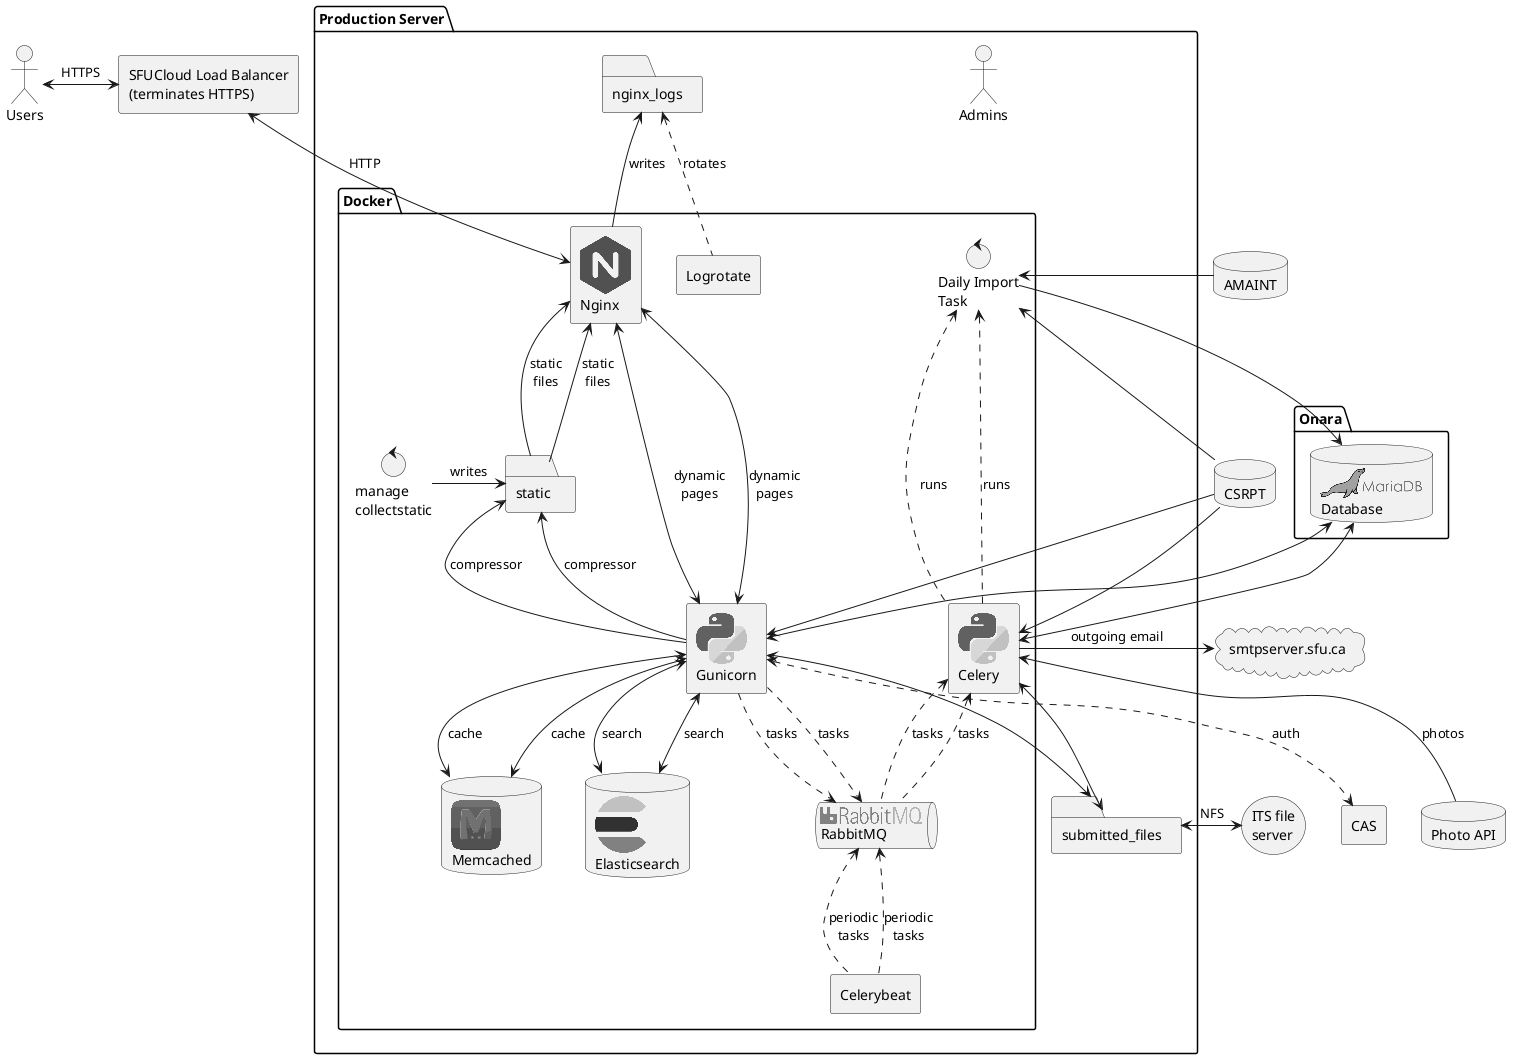
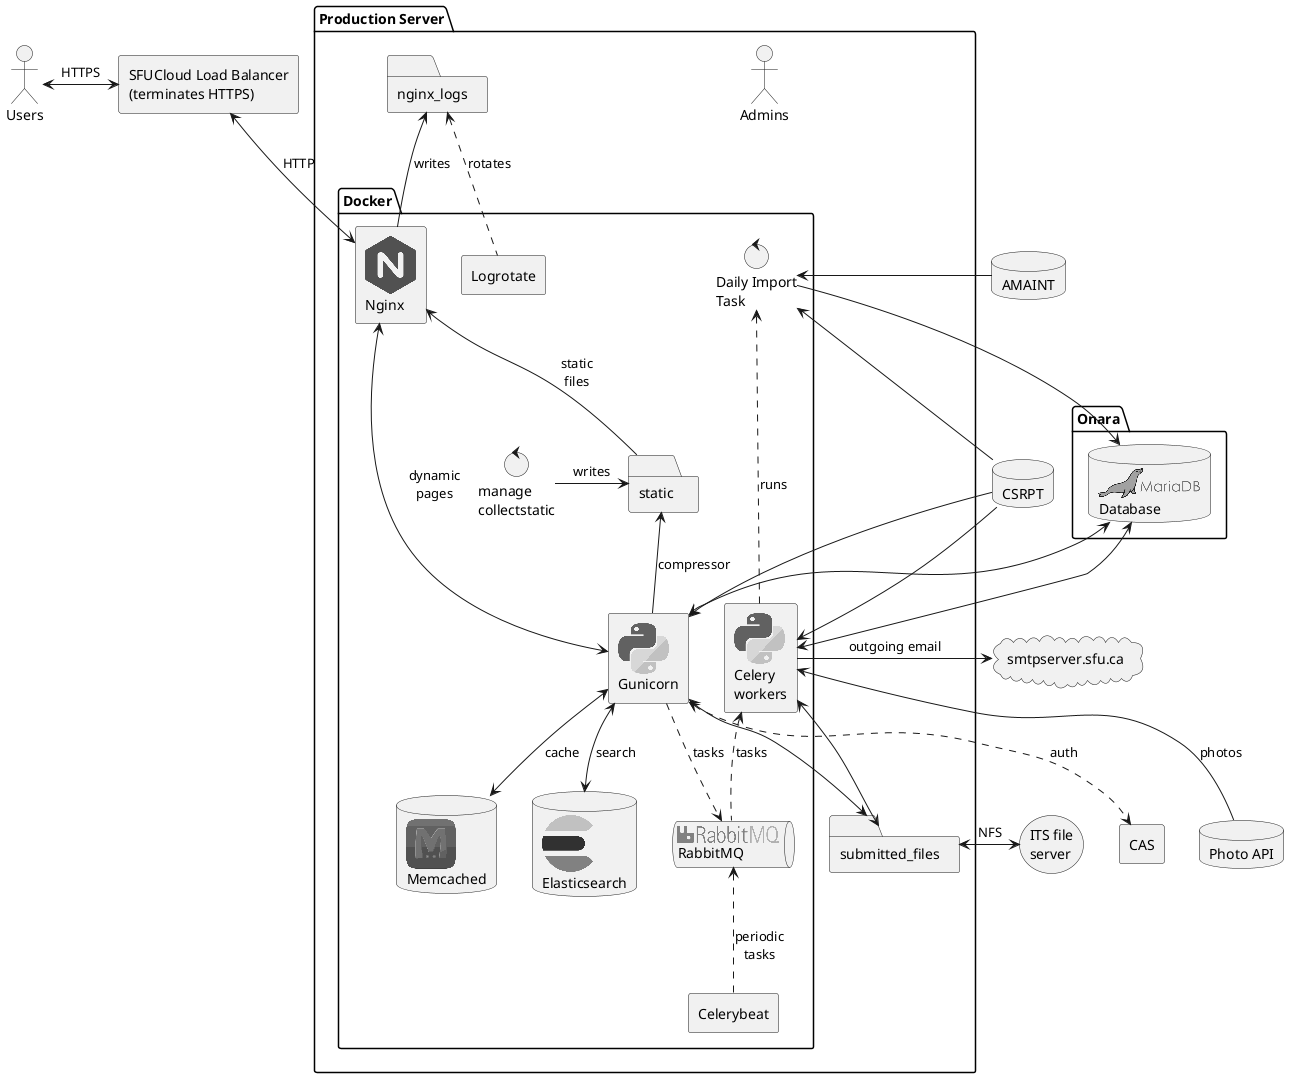
' To generate diagram:
' sudo apt install plantuml
' plantuml arch.puml

' https://github.com/plantuml/plantuml-stdlib/tree/master/stdlib/logos

@startuml

!include <logos/nginx>
!include <logos/gunicorn>
!include <logos/django>
!include <logos/rabbitmq>
!include <logos/ruby>
!include <logos/python>
!include <logos/rabbitmq>
!include <logos/memcached>
!include <logos/elasticsearch>
!include <logos/mariadb>

actor Users as users

agent "SFUCloud Load Balancer\n(terminates HTTPS)" as lb

users <-> lb : HTTPS

package "Production Server" {
    actor Admins
    package "Docker" {
        folder "static" as static
        control "Daily Import\nTask" as import

        agent "<$python>\nCelery\nworkers" as celery
        agent "Celerybeat" as celerybeat
        agent "<$nginx>\nNginx" as nginx
        agent "<$python>\nGunicorn" as gunicorn

        queue "<$rabbitmq>\nRabbitMQ" as rabbitmq
        database "<$memcached>\nMemcached" as memcached
        database "<$elasticsearch>\nElasticsearch" as elasticsearch
        agent "Logrotate" as logrotate

        static <-- gunicorn  : "compressor"
        'gunicorn --> static : "compressor"
        nginx <-- static : "static\nfiles"
        nginx <---> gunicorn : "dynamic\npages"

        gunicorn ..> rabbitmq : tasks
        celery <.. rabbitmq : tasks
        gunicorn <--> memcached : cache
        gunicorn <--> elasticsearch : search
        rabbitmq <.. celerybeat : periodic\ntasks
        import <... celery : runs

        control "manage\ncollectstatic" as collectstatic
    }

    folder "nginx_logs" as nginx_logs
    nginx_logs <-- nginx : writes
    nginx_logs <.. logrotate : rotates

    folder "submitted_files" as files
    gunicorn <--> files
    celery <--> files

}

package "Onara" {
    database "<$mariadb>\nDatabase" as db
}

- package "Docker" {
-     folder "static" as static
-     control "Daily Import\nTask" as import
- 
-     agent "<$python>\nCelery" as celery
-     agent "Celerybeat" as celerybeat
-     agent "<$nginx>\nNginx" as nginx
-     agent "<$python>\nGunicorn" as gunicorn
- 
-     queue "<$rabbitmq>\nRabbitMQ" as rabbitmq
-     database "<$memcached>\nMemcached" as memcached
-     database "<$elasticsearch>\nElasticsearch" as elasticsearch
-     agent "Logrotate" as logrotate
- 
-     static <-- gunicorn  : "compressor"
-     'gunicorn --> static : "compressor"
-     nginx <-- static : "static\nfiles"
-     nginx <---> gunicorn : "dynamic\npages"
- 
-     gunicorn ..> rabbitmq : tasks
-     celery <.. rabbitmq : tasks
-     gunicorn <--> memcached : cache
-     gunicorn <--> elasticsearch : search
-     rabbitmq <.. celerybeat : periodic\ntasks
-     import <... celery : runs
- 
-     control "manage\ncollectstatic" as collectstatic
- }
- 
lb <--> nginx : HTTP
db <--> gunicorn
db <--> celery
import --> db

database "CSRPT" as csrpt
agent "CAS" as cas
database "Photo API" as photo
database "AMAINT" as amaint
cloud "smtpserver.sfu.ca" as email

import <-- csrpt
csrpt --> celery
csrpt --> gunicorn
gunicorn <..> cas : auth
celery <-- photo : photos
email <- celery : "outgoing email"
import <- amaint

'static <- collectstatic : "writes"
collectstatic -> static : "writes"

storage "ITS file\nserver" as nfs
nfs <-> files : NFS

@enduml
